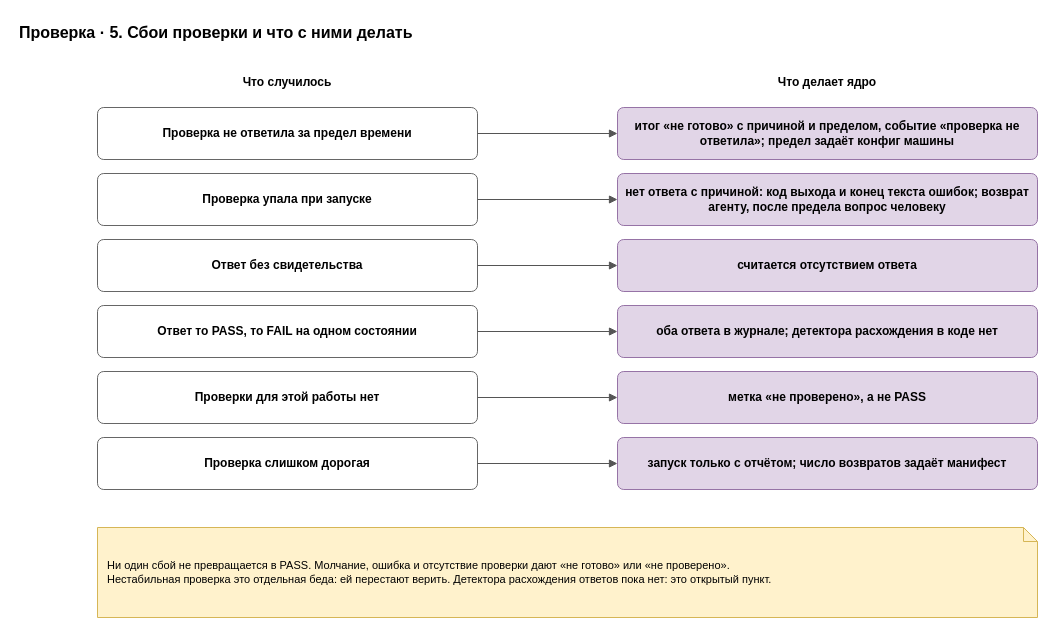
roygkov/reins keeps this draw.io diagram as page "5. Сбои" (5 of 5) of docs/spec/harness-check.drawio. Above is the earlier version. Source tidied: cells renumbered, new cells numbered last; positions are measured from the earlier drawing's top-left corner, leaving out a move shared by most shapes. Both pictures are drawn from the tidied source at 100%, with x=0, y=0 at pixel (17, 17).
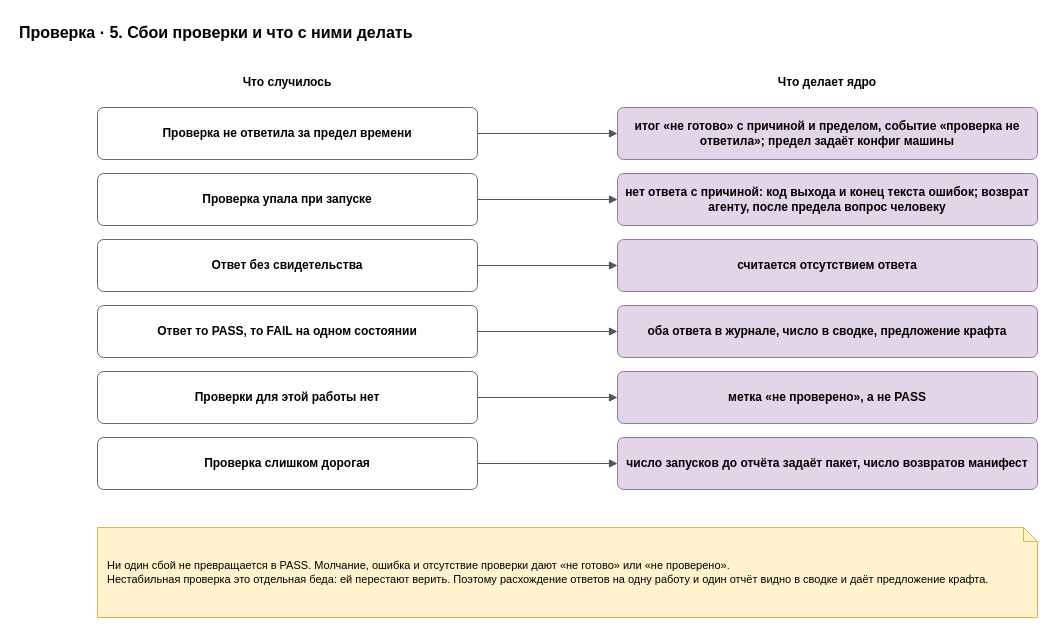
Above is the later version.

The edit, as a diff of the source:
```diff
@@
-    <mxCell id="15" value="&lt;b&gt;оба ответа в журнале; детектора расхождения в коде нет&lt;/b&gt;" style="rounded=1;whiteSpace=wrap;html=1;fillColor=#e1d5e7;strokeColor=#9673a6;arcSize=12;" parent="1" vertex="1">
+    <mxCell id="15" value="&lt;b&gt;оба ответа в журнале, число в сводке, предложение крафта&lt;/b&gt;" style="rounded=1;whiteSpace=wrap;html=1;fillColor=#e1d5e7;strokeColor=#9673a6;arcSize=12;" parent="1" vertex="1">
       <mxGeometry x="600" y="288" width="420" height="52" as="geometry" />
     </mxCell>
@@
-    <mxCell id="21" value="&lt;b&gt;запуск только с отчётом; число возвратов задаёт манифест&lt;/b&gt;" style="rounded=1;whiteSpace=wrap;html=1;fillColor=#e1d5e7;strokeColor=#9673a6;arcSize=12;" parent="1" vertex="1">
+    <mxCell id="21" value="&lt;b&gt;число запусков до отчёта задаёт пакет, число возвратов манифест&lt;/b&gt;" style="rounded=1;whiteSpace=wrap;html=1;fillColor=#e1d5e7;strokeColor=#9673a6;arcSize=12;" parent="1" vertex="1">
       <mxGeometry x="600" y="420" width="420" height="52" as="geometry" />
     </mxCell>
@@
-    <mxCell id="23" value="Ни один сбой не превращается в PASS. Молчание, ошибка и отсутствие проверки дают «не готово» или «не проверено».&lt;br&gt;Нестабильная проверка это отдельная беда: ей перестают верить. Детектора расхождения ответов пока нет: это открытый пункт." style="shape=note;whiteSpace=wrap;html=1;backgroundOutline=1;size=14;fillColor=#fff2cc;strokeColor=#d6b656;align=left;spacingLeft=8;spacingRight=8;fontSize=11;" parent="1" vertex="1">
+    <mxCell id="23" value="Ни один сбой не превращается в PASS. Молчание, ошибка и отсутствие проверки дают «не готово» или «не проверено».&lt;br&gt;Нестабильная проверка это отдельная беда: ей перестают верить. Поэтому расхождение ответов на одну работу и один отчёт видно в сводке и даёт предложение крафта." style="shape=note;whiteSpace=wrap;html=1;backgroundOutline=1;size=14;fillColor=#fff2cc;strokeColor=#d6b656;align=left;spacingLeft=8;spacingRight=8;fontSize=11;" parent="1" vertex="1">
       <mxGeometry x="80" y="510" width="940" height="90" as="geometry" />
     </mxCell>
```
